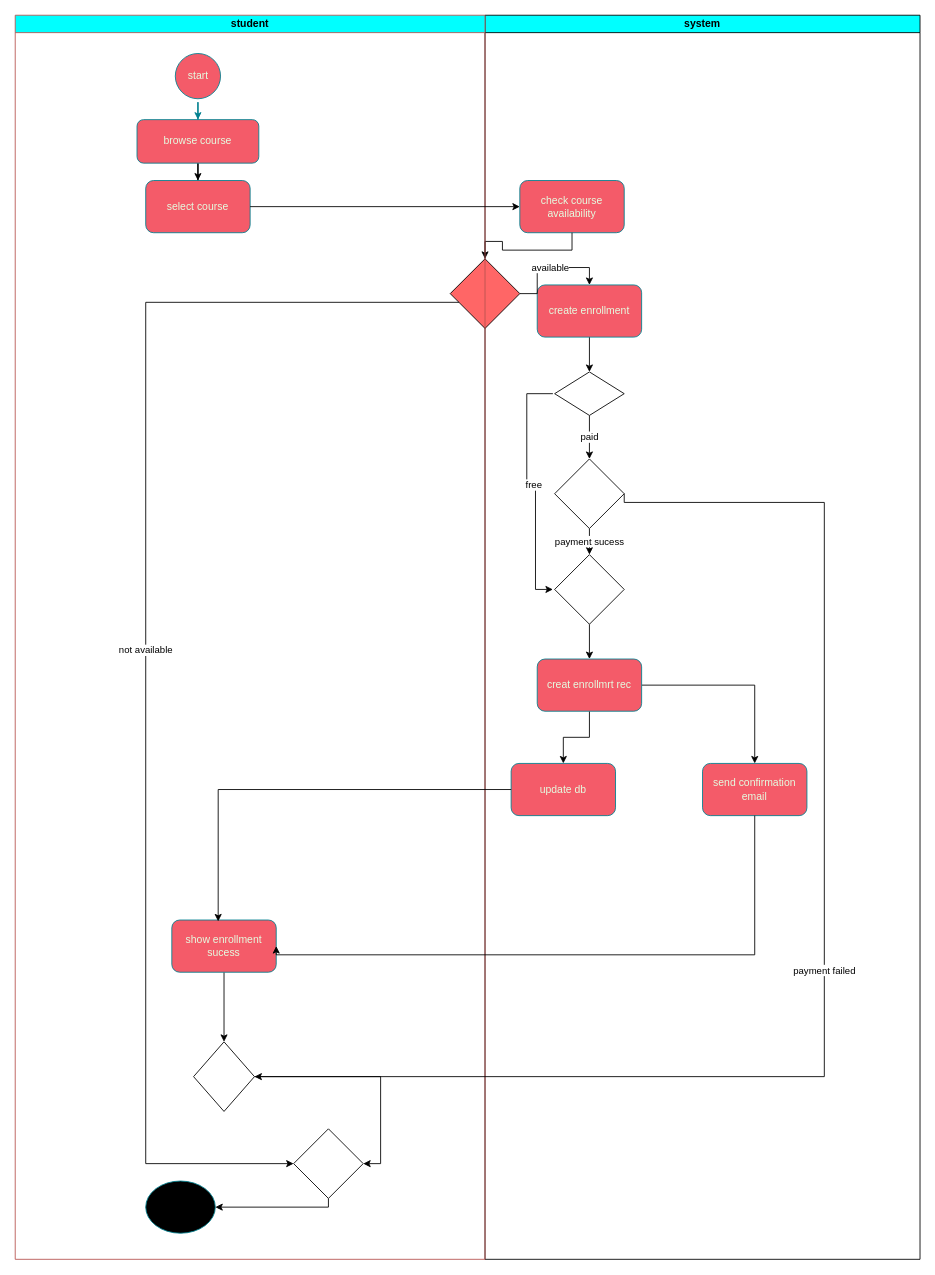
Above: Untitled Diagram.drawio in rinadmostafa68-svg/Lab-6 (draw.io), before the change. Source tidied: cells renumbered, new cells numbered last; positions are measured from the earlier drawing's top-left corner, leaving out a move shared by most shapes. Both pictures are drawn from the tidied source at 87%, with x=0, y=0 at pixel (15, 15).
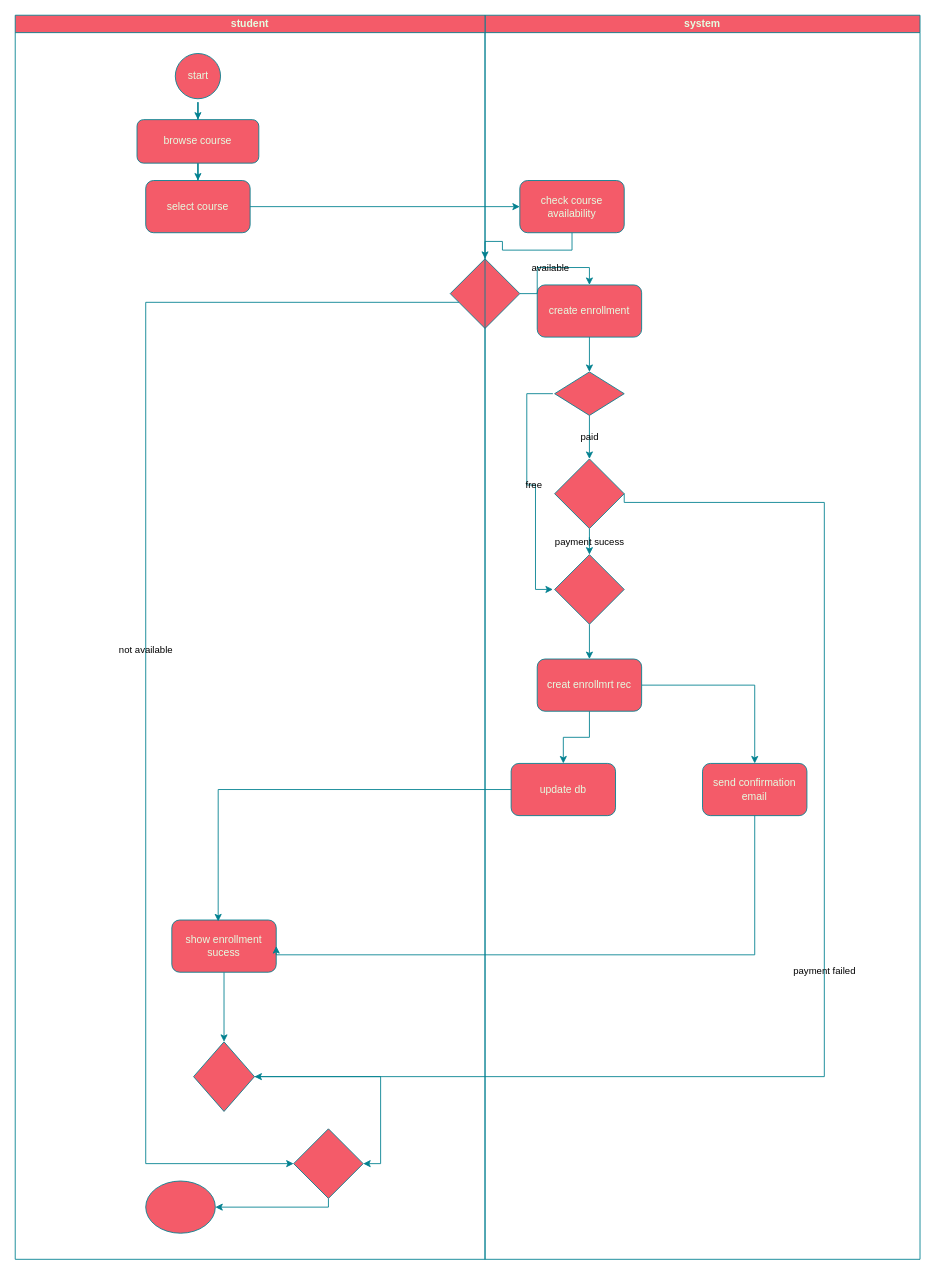
The same diagram, later.

Unchanged cells that the change refers to:
```xml
<mxCell id="3" value="check course availability" style="rounded=1;whiteSpace=wrap;html=1;labelBackgroundColor=none;fillColor=#F45B69;strokeColor=#028090;fontColor=#E4FDE1;" parent="2" vertex="1">
  <mxGeometry x="40" y="190" width="120" height="60" as="geometry" />
</mxCell>
<mxCell id="4" value="send confirmation email" style="rounded=1;whiteSpace=wrap;html=1;labelBackgroundColor=none;fillColor=#F45B69;strokeColor=#028090;fontColor=#E4FDE1;" parent="2" vertex="1">
  <mxGeometry x="250" y="860" width="120" height="60" as="geometry" />
</mxCell>
<mxCell id="6" value="create enrollment" style="rounded=1;whiteSpace=wrap;html=1;labelBackgroundColor=none;fillColor=#F45B69;strokeColor=#028090;fontColor=#E4FDE1;" parent="2" vertex="1">
  <mxGeometry x="60" y="310" width="120" height="60" as="geometry" />
</mxCell>
<mxCell id="19" value="creat enrollmrt rec" style="rounded=1;whiteSpace=wrap;html=1;labelBackgroundColor=none;fillColor=#F45B69;strokeColor=#028090;fontColor=#E4FDE1;" parent="2" vertex="1">
  <mxGeometry x="60" y="740" width="120" height="60" as="geometry" />
</mxCell>
<mxCell id="20" value="update db" style="rounded=1;whiteSpace=wrap;html=1;labelBackgroundColor=none;fillColor=#F45B69;strokeColor=#028090;fontColor=#E4FDE1;" parent="2" vertex="1">
  <mxGeometry x="30" y="860" width="120" height="60" as="geometry" />
</mxCell>
<mxCell id="24" value="browse course" style="rounded=1;whiteSpace=wrap;html=1;labelBackgroundColor=none;fillColor=#F45B69;strokeColor=#028090;fontColor=#E4FDE1;" parent="21" vertex="1">
  <mxGeometry x="140" y="120" width="140" height="50" as="geometry" />
</mxCell>
<mxCell id="26" value="select course" style="rounded=1;whiteSpace=wrap;html=1;labelBackgroundColor=none;fillColor=#F45B69;strokeColor=#028090;fontColor=#E4FDE1;" parent="21" vertex="1">
  <mxGeometry x="150" y="190" width="120" height="60" as="geometry" />
</mxCell>
<mxCell id="28" value="show enrollment sucess" style="rounded=1;whiteSpace=wrap;html=1;labelBackgroundColor=none;fillColor=#F45B69;strokeColor=#028090;fontColor=#E4FDE1;" parent="21" vertex="1">
  <mxGeometry x="180" y="1040" width="120" height="60" as="geometry" />
</mxCell>
```

Change to the diagram source:
```diff
@@
-    <mxCell id="2" value="system" style="swimlane;startSize=20;whiteSpace=wrap;html=1;fillColor=#00FFFF;" parent="1" vertex="1">
+    <mxCell id="2" value="system" style="swimlane;startSize=20;whiteSpace=wrap;html=1;fillColor=#F45B69;labelBackgroundColor=none;strokeColor=#028090;fontColor=#E4FDE1;" parent="1" vertex="1">
       <mxGeometry x="540" width="500" height="1430" as="geometry" />
     </mxCell>
@@
-    <mxCell id="5" style="edgeStyle=orthogonalEdgeStyle;rounded=0;jettySize=auto;html=1;entryX=0.5;entryY=0;entryDx=0;entryDy=0;" parent="2" edge="1" source="6" target="9">
+    <mxCell id="5" style="edgeStyle=orthogonalEdgeStyle;rounded=0;jettySize=auto;html=1;entryX=0.5;entryY=0;entryDx=0;entryDy=0;labelBackgroundColor=none;strokeColor=#028090;fontColor=default;" parent="2" edge="1" source="6" target="9">
       <mxGeometry relative="1" as="geometry" />
     </mxCell>
@@
-    <mxCell id="7" value="paid" style="edgeStyle=orthogonalEdgeStyle;rounded=0;jettySize=auto;html=1;" parent="2" edge="1" source="9" target="14">
+    <mxCell id="7" value="paid" style="edgeStyle=orthogonalEdgeStyle;rounded=0;jettySize=auto;html=1;labelBackgroundColor=none;strokeColor=#028090;fontColor=default;" parent="2" edge="1" source="9" target="14">
       <mxGeometry relative="1" as="geometry" />
     </mxCell>
-    <mxCell id="8" value="free" style="edgeStyle=orthogonalEdgeStyle;rounded=0;orthogonalLoop=1;jettySize=auto;html=1;entryX=0;entryY=0.5;entryDx=0;entryDy=0;" parent="2" edge="1">
+    <mxCell id="8" value="free" style="edgeStyle=orthogonalEdgeStyle;rounded=0;orthogonalLoop=1;jettySize=auto;html=1;entryX=0;entryY=0.5;entryDx=0;entryDy=0;labelBackgroundColor=none;strokeColor=#028090;fontColor=default;" parent="2" edge="1">
       <mxGeometry relative="1" as="geometry">
         <mxPoint x="78" y="435" as="sourcePoint" />
         <mxPoint x="78" y="660" as="targetPoint" />
         <Array as="points">
           <mxPoint x="48" y="435" />
           <mxPoint x="48" y="540" />
           <mxPoint x="58" y="540" />
           <mxPoint x="58" y="660" />
         </Array>
       </mxGeometry>
     </mxCell>
-    <mxCell id="9" style="rhombus;whiteSpace=wrap;html=1;" parent="2" vertex="1">
+    <mxCell id="9" style="rhombus;whiteSpace=wrap;html=1;labelBackgroundColor=none;fillColor=#F45B69;strokeColor=#028090;fontColor=#E4FDE1;" parent="2" vertex="1">
       <mxGeometry x="80" y="410" width="80" height="50" as="geometry" />
     </mxCell>
-    <mxCell id="10" style="rhombus;whiteSpace=wrap;html=1;fillColor=#FF6666;" parent="2" vertex="1">
+    <mxCell id="10" style="rhombus;whiteSpace=wrap;html=1;fillColor=#F45B69;labelBackgroundColor=none;strokeColor=#028090;fontColor=#E4FDE1;" parent="2" vertex="1">
       <mxGeometry x="-40" y="280" width="80" height="80" as="geometry" />
     </mxCell>
-    <mxCell id="11" style="edgeStyle=orthogonalEdgeStyle;rounded=0;jettySize=auto;html=1;entryX=0.5;entryY=0;entryDx=0;entryDy=0;" parent="2" edge="1" source="3" target="10">
+    <mxCell id="11" style="edgeStyle=orthogonalEdgeStyle;rounded=0;jettySize=auto;html=1;entryX=0.5;entryY=0;entryDx=0;entryDy=0;labelBackgroundColor=none;strokeColor=#028090;fontColor=default;" parent="2" edge="1" source="3" target="10">
       <mxGeometry relative="1" as="geometry" />
     </mxCell>
-    <mxCell id="12" value="available" style="edgeStyle=orthogonalEdgeStyle;rounded=0;jettySize=auto;html=1;exitX=1;exitY=0.5;exitDx=0;exitDy=0;entryX=0.5;entryY=0;entryDx=0;entryDy=0;" parent="2" edge="1" source="10" target="6">
+    <mxCell id="12" value="available" style="edgeStyle=orthogonalEdgeStyle;rounded=0;jettySize=auto;html=1;exitX=1;exitY=0.5;exitDx=0;exitDy=0;entryX=0.5;entryY=0;entryDx=0;entryDy=0;labelBackgroundColor=none;strokeColor=#028090;fontColor=default;" parent="2" edge="1" source="10" target="6">
       <mxGeometry relative="1" as="geometry" />
     </mxCell>
-    <mxCell id="13" value="payment sucess" style="edgeStyle=orthogonalEdgeStyle;rounded=0;jettySize=auto;html=1;" parent="2" edge="1" source="14" target="16">
+    <mxCell id="13" value="payment sucess" style="edgeStyle=orthogonalEdgeStyle;rounded=0;jettySize=auto;html=1;labelBackgroundColor=none;strokeColor=#028090;fontColor=default;" parent="2" edge="1" source="14" target="16">
       <mxGeometry relative="1" as="geometry" />
     </mxCell>
-    <mxCell id="14" style="rhombus;whiteSpace=wrap;html=1;" parent="2" vertex="1">
+    <mxCell id="14" style="rhombus;whiteSpace=wrap;html=1;labelBackgroundColor=none;fillColor=#F45B69;strokeColor=#028090;fontColor=#E4FDE1;" parent="2" vertex="1">
       <mxGeometry x="80" y="510" width="80" height="80" as="geometry" />
     </mxCell>
-    <mxCell id="15" style="edgeStyle=orthogonalEdgeStyle;rounded=0;jettySize=auto;html=1;" parent="2" edge="1" source="16" target="19">
+    <mxCell id="15" style="edgeStyle=orthogonalEdgeStyle;rounded=0;jettySize=auto;html=1;labelBackgroundColor=none;strokeColor=#028090;fontColor=default;" parent="2" edge="1" source="16" target="19">
       <mxGeometry relative="1" as="geometry" />
     </mxCell>
-    <mxCell id="16" style="rhombus;whiteSpace=wrap;html=1;" parent="2" vertex="1">
+    <mxCell id="16" style="rhombus;whiteSpace=wrap;html=1;labelBackgroundColor=none;fillColor=#F45B69;strokeColor=#028090;fontColor=#E4FDE1;" parent="2" vertex="1">
       <mxGeometry x="80" y="620" width="80" height="80" as="geometry" />
     </mxCell>
-    <mxCell id="17" style="edgeStyle=orthogonalEdgeStyle;rounded=0;jettySize=auto;html=1;entryX=0.5;entryY=0;entryDx=0;entryDy=0;" parent="2" edge="1" source="19" target="4">
+    <mxCell id="17" style="edgeStyle=orthogonalEdgeStyle;rounded=0;jettySize=auto;html=1;entryX=0.5;entryY=0;entryDx=0;entryDy=0;labelBackgroundColor=none;strokeColor=#028090;fontColor=default;" parent="2" edge="1" source="19" target="4">
       <mxGeometry relative="1" as="geometry" />
     </mxCell>
-    <mxCell id="18" style="edgeStyle=orthogonalEdgeStyle;rounded=0;jettySize=auto;html=1;entryX=0.5;entryY=0;entryDx=0;entryDy=0;" parent="2" edge="1" source="19" target="20">
+    <mxCell id="18" style="edgeStyle=orthogonalEdgeStyle;rounded=0;jettySize=auto;html=1;entryX=0.5;entryY=0;entryDx=0;entryDy=0;labelBackgroundColor=none;strokeColor=#028090;fontColor=default;" parent="2" edge="1" source="19" target="20">
       <mxGeometry relative="1" as="geometry" />
     </mxCell>
@@
-    <mxCell id="21" value="student" style="swimlane;startSize=20;whiteSpace=wrap;html=1;fillColor=#00FFFF;strokeColor=#b85450;" parent="1" vertex="1">
+    <mxCell id="21" value="student" style="swimlane;startSize=20;whiteSpace=wrap;html=1;fillColor=#F45B69;strokeColor=#028090;labelBackgroundColor=none;fontColor=#E4FDE1;" parent="1" vertex="1">
       <mxGeometry width="540" height="1430" as="geometry" />
     </mxCell>
@@
-    <mxCell id="23" style="edgeStyle=orthogonalEdgeStyle;rounded=0;jettySize=auto;html=1;entryX=0.5;entryY=0;entryDx=0;entryDy=0;" parent="21" edge="1" source="24" target="26">
+    <mxCell id="23" style="edgeStyle=orthogonalEdgeStyle;rounded=0;jettySize=auto;html=1;entryX=0.5;entryY=0;entryDx=0;entryDy=0;labelBackgroundColor=none;strokeColor=#028090;fontColor=default;" parent="21" edge="1" source="24" target="26">
       <mxGeometry relative="1" as="geometry" />
     </mxCell>
@@
-    <mxCell id="27" style="edgeStyle=orthogonalEdgeStyle;rounded=0;jettySize=auto;html=1;" parent="21" edge="1" source="28" target="30">
+    <mxCell id="27" style="edgeStyle=orthogonalEdgeStyle;rounded=0;jettySize=auto;html=1;labelBackgroundColor=none;strokeColor=#028090;fontColor=default;" parent="21" edge="1" source="28" target="30">
       <mxGeometry relative="1" as="geometry" />
     </mxCell>
@@
-    <mxCell id="29" style="edgeStyle=orthogonalEdgeStyle;rounded=0;jettySize=auto;html=1;entryX=1;entryY=0.5;entryDx=0;entryDy=0;" parent="21" edge="1" source="30" target="32">
+    <mxCell id="29" style="edgeStyle=orthogonalEdgeStyle;rounded=0;jettySize=auto;html=1;entryX=1;entryY=0.5;entryDx=0;entryDy=0;labelBackgroundColor=none;strokeColor=#028090;fontColor=default;" parent="21" edge="1" source="30" target="32">
       <mxGeometry relative="1" as="geometry" />
     </mxCell>
-    <mxCell id="30" style="rhombus;whiteSpace=wrap;html=1;" parent="21" vertex="1">
+    <mxCell id="30" style="rhombus;whiteSpace=wrap;html=1;labelBackgroundColor=none;fillColor=#F45B69;strokeColor=#028090;fontColor=#E4FDE1;" parent="21" vertex="1">
       <mxGeometry x="205" y="1180" width="70" height="80" as="geometry" />
     </mxCell>
-    <mxCell id="31" style="edgeStyle=orthogonalEdgeStyle;rounded=0;jettySize=auto;html=1;" parent="21" edge="1" source="32" target="33">
+    <mxCell id="31" style="edgeStyle=orthogonalEdgeStyle;rounded=0;jettySize=auto;html=1;labelBackgroundColor=none;strokeColor=#028090;fontColor=default;" parent="21" edge="1" source="32" target="33">
       <mxGeometry relative="1" as="geometry">
         <Array as="points">
           <mxPoint x="360" y="1370" />
         </Array>
       </mxGeometry>
     </mxCell>
-    <mxCell id="32" style="rhombus;whiteSpace=wrap;html=1;" parent="21" vertex="1">
+    <mxCell id="32" style="rhombus;whiteSpace=wrap;html=1;labelBackgroundColor=none;fillColor=#F45B69;strokeColor=#028090;fontColor=#E4FDE1;" parent="21" vertex="1">
       <mxGeometry x="320" y="1280" width="80" height="80" as="geometry" />
     </mxCell>
-    <mxCell id="33" style="ellipse;whiteSpace=wrap;html=1;fillColor=#000000;strokeColor=#028090;fontColor=#E4FDE1;rounded=1;labelBackgroundColor=none;" parent="21" vertex="1">
+    <mxCell id="33" style="ellipse;whiteSpace=wrap;html=1;fillColor=#F45B69;strokeColor=#028090;fontColor=#E4FDE1;rounded=1;labelBackgroundColor=none;" parent="21" vertex="1">
       <mxGeometry x="150" y="1340" width="80" height="60" as="geometry" />
     </mxCell>
-    <mxCell id="34" style="edgeStyle=orthogonalEdgeStyle;rounded=0;orthogonalLoop=1;jettySize=auto;html=1;exitX=0.5;exitY=1;exitDx=0;exitDy=0;" parent="21" edge="1" source="33" target="33">
+    <mxCell id="34" style="edgeStyle=orthogonalEdgeStyle;rounded=0;orthogonalLoop=1;jettySize=auto;html=1;exitX=0.5;exitY=1;exitDx=0;exitDy=0;labelBackgroundColor=none;strokeColor=#028090;fontColor=default;" parent="21" edge="1" source="33" target="33">
       <mxGeometry relative="1" as="geometry" />
     </mxCell>
-    <mxCell id="35" style="edgeStyle=orthogonalEdgeStyle;rounded=0;jettySize=auto;html=1;entryX=0;entryY=0.5;entryDx=0;entryDy=0;" parent="1" edge="1" source="26" target="3">
+    <mxCell id="35" style="edgeStyle=orthogonalEdgeStyle;rounded=0;jettySize=auto;html=1;entryX=0;entryY=0.5;entryDx=0;entryDy=0;labelBackgroundColor=none;strokeColor=#028090;fontColor=default;" parent="1" edge="1" source="26" target="3">
       <mxGeometry relative="1" as="geometry" />
     </mxCell>
-    <mxCell id="36" style="edgeStyle=orthogonalEdgeStyle;rounded=0;jettySize=auto;html=1;entryX=0.444;entryY=0.026;entryDx=0;entryDy=0;entryPerimeter=0;" parent="1" edge="1" source="20" target="28">
+    <mxCell id="36" style="edgeStyle=orthogonalEdgeStyle;rounded=0;jettySize=auto;html=1;entryX=0.444;entryY=0.026;entryDx=0;entryDy=0;entryPerimeter=0;labelBackgroundColor=none;strokeColor=#028090;fontColor=default;" parent="1" edge="1" source="20" target="28">
       <mxGeometry relative="1" as="geometry" />
     </mxCell>
-    <mxCell id="37" style="edgeStyle=orthogonalEdgeStyle;rounded=0;jettySize=auto;html=1;" parent="1" edge="1" source="4">
+    <mxCell id="37" style="edgeStyle=orthogonalEdgeStyle;rounded=0;jettySize=auto;html=1;labelBackgroundColor=none;strokeColor=#028090;fontColor=default;" parent="1" edge="1" source="4">
       <mxGeometry relative="1" as="geometry">
         <mxPoint x="300" y="1070" as="targetPoint" />
         <Array as="points">
           <mxPoint x="850" y="1080" />
           <mxPoint x="300" y="1080" />
         </Array>
       </mxGeometry>
     </mxCell>
-    <mxCell id="38" value="not available" style="edgeStyle=orthogonalEdgeStyle;rounded=0;jettySize=auto;html=1;entryX=0;entryY=0.5;entryDx=0;entryDy=0;" parent="1" edge="1" source="10" target="32">
+    <mxCell id="38" value="not available" style="edgeStyle=orthogonalEdgeStyle;rounded=0;jettySize=auto;html=1;entryX=0;entryY=0.5;entryDx=0;entryDy=0;labelBackgroundColor=none;strokeColor=#028090;fontColor=default;" parent="1" edge="1" source="10" target="32">
       <mxGeometry relative="1" as="geometry">
         <Array as="points">
           <mxPoint x="150" y="330" />
           <mxPoint x="150" y="1320" />
         </Array>
       </mxGeometry>
     </mxCell>
-    <mxCell id="39" value="payment failed" style="edgeStyle=orthogonalEdgeStyle;rounded=0;jettySize=auto;html=1;exitX=1;exitY=0.5;exitDx=0;exitDy=0;entryX=1;entryY=0.5;entryDx=0;entryDy=0;" parent="1" edge="1" source="14" target="30">
+    <mxCell id="39" value="payment failed" style="edgeStyle=orthogonalEdgeStyle;rounded=0;jettySize=auto;html=1;exitX=1;exitY=0.5;exitDx=0;exitDy=0;entryX=1;entryY=0.5;entryDx=0;entryDy=0;labelBackgroundColor=none;strokeColor=#028090;fontColor=default;" parent="1" edge="1" source="14" target="30">
       <mxGeometry relative="1" as="geometry">
         <Array as="points">
           <mxPoint x="930" y="560" />
           <mxPoint x="930" y="1220" />
         </Array>
       </mxGeometry>
     </mxCell>
```
